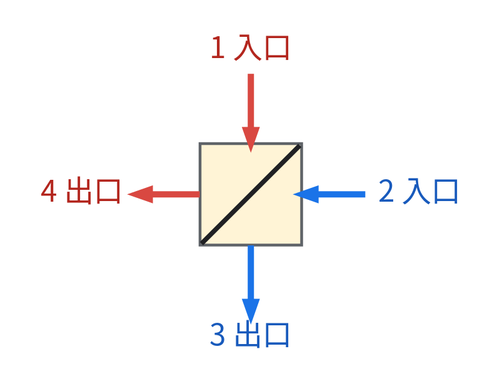
Before: pD/statement/sample-2-path.png, a diagram exported from Graphviz (TNFSH-Programming-Contest/2026NHSPC-TNFSH-Pre). Its source is kept beside it as pD/statement/sample-2-path.dot.
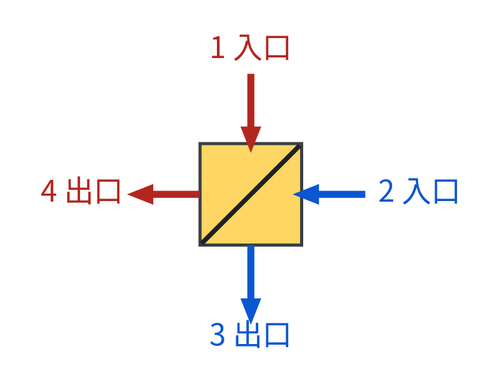
After the change.

Commit message:
pD: make color more bright

What changed in the source:
```diff
@@ -3,8 +3,8 @@
            bgcolor="white", pad=0.25];
     node [fontname="Noto Sans Mono CJK TC", fontsize=28, shape=box,
           fixedsize=true, width=0.9, height=0.9, style="filled",
-          fillcolor="#fff4d6", color="#5f6368", penwidth=1.8];
-    edge [penwidth=4, arrowsize=0.85];
+          fillcolor="#fdd663", color="#3c4043", penwidth=2];
+    edge [penwidth=4.5, arrowsize=0.85];
 
     cell [label="", pos="0,0!"];
 
@@ -17,12 +17,12 @@
     node [shape=plaintext, fixedsize=false, style="", fontsize=19,
           fontname="Noto Sans CJK TC"];
     p1 [label="1 入口", pos="0,92!", fontcolor="#b3261e"];
-    p2 [label="2 入口", pos="108,0!", fontcolor="#185abc"];
-    p3 [label="3 出口", pos="0,-92!", fontcolor="#185abc"];
+    p2 [label="2 入口", pos="108,0!", fontcolor="#0b57d0"];
+    p3 [label="3 出口", pos="0,-92!", fontcolor="#0b57d0"];
     p4 [label="4 出口", pos="-108,0!", fontcolor="#b3261e"];
 
-    p1 -> cell [color="#d94841"];
-    cell -> p4 [color="#d94841"];
-    p2 -> cell [color="#1a73e8"];
-    cell -> p3 [color="#1a73e8"];
+    p1 -> cell [color="#b3261e"];
+    cell -> p4 [color="#b3261e"];
+    p2 -> cell [color="#0b57d0"];
+    cell -> p3 [color="#0b57d0"];
 }
```
